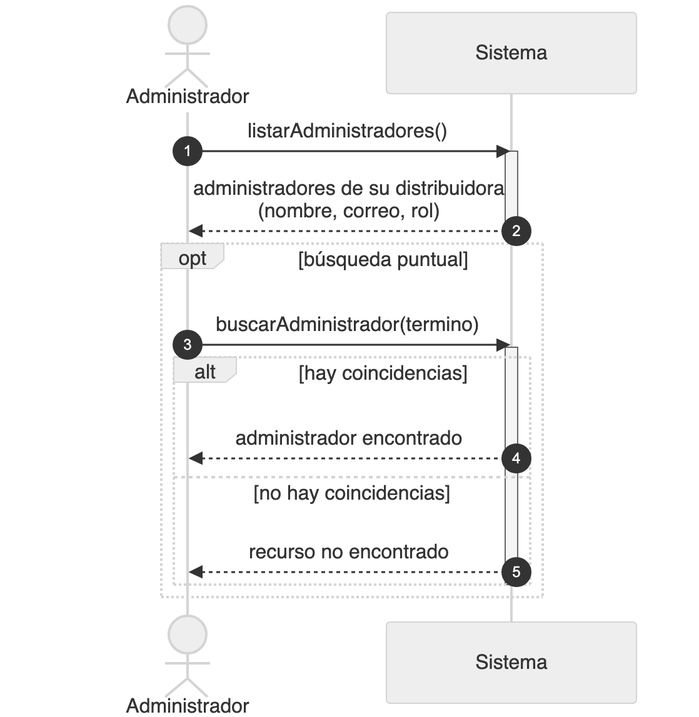
Before: diagramas/png/DSS_CU-088_Consultar-Administradores.png, a diagram exported from Mermaid (Nahuelito-Dev/splg-docs). Its source is kept beside it as diagramas/DSS_CU-088_Consultar-Administradores.mmd.
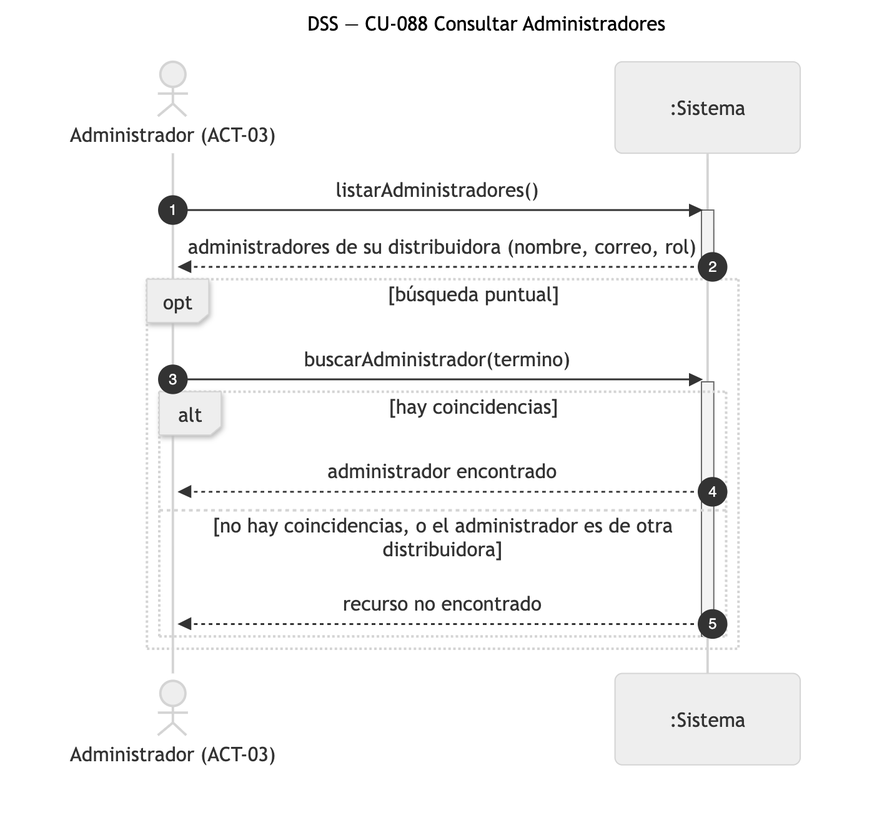
Above is the later version.

Diff of the diagram source:
```diff
@@ -1,8 +1,8 @@
 sequenceDiagram
     title DSS — CU-088 Consultar Administradores
     autonumber
-    actor ADM as Administrador
-    participant SIS as Sistema
+    actor ADM as Administrador (ACT-03)
+    participant SIS as :Sistema
 
     ADM->>SIS: listarAdministradores()
     activate SIS
```
